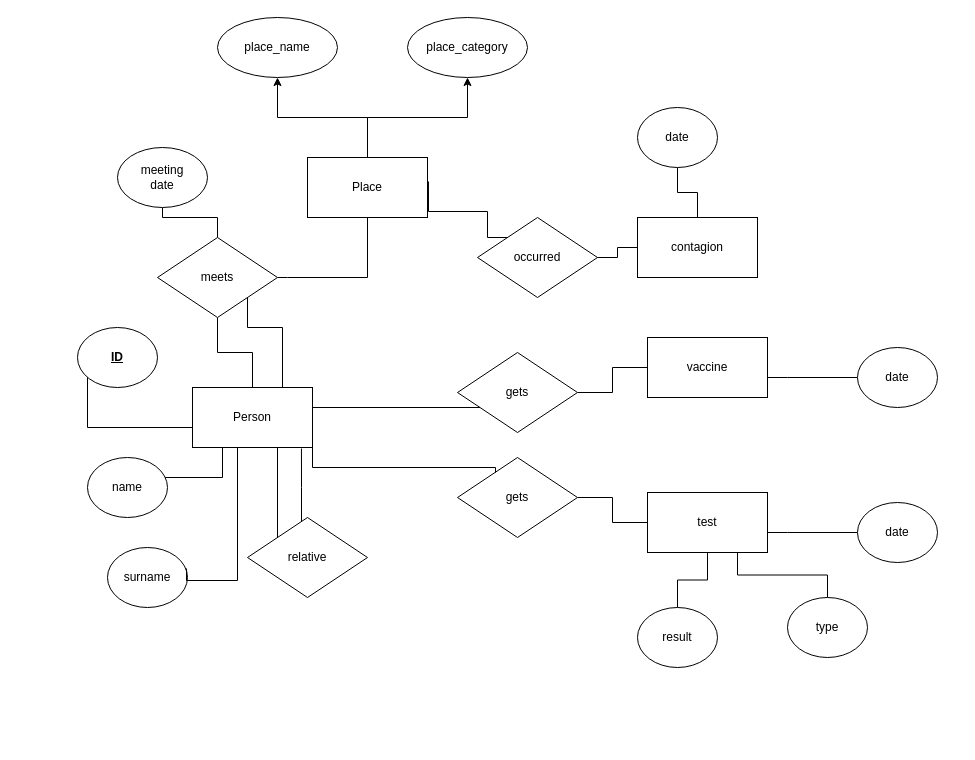
Earlier version of the draw.io diagram ER_diagram_covid.drawio (bohbohb/COVID-19-Neo4j). Source tidied: cells renumbered, new cells numbered last; positions are measured from the earlier drawing's top-left corner, leaving out a move shared by most shapes. Both pictures are drawn from the tidied source at 100%, with x=0, y=0 at pixel (77, 17).
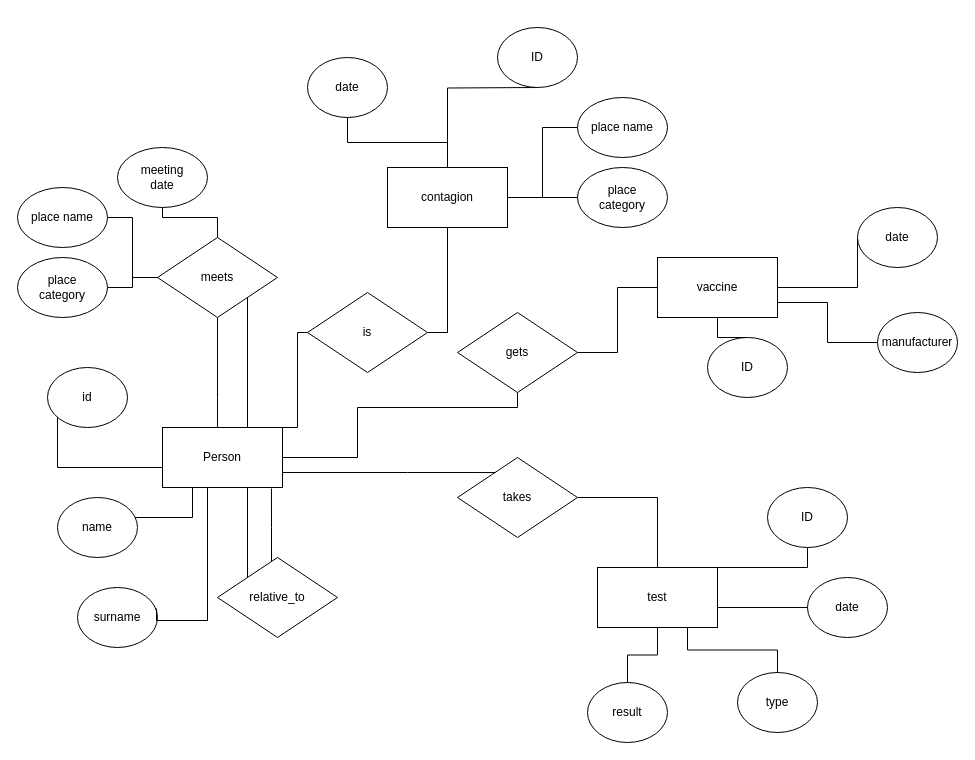
The same page after the edit.

The change refers to these unchanged cells:
```xml
<mxCell id="4" value="meets" style="rhombus;whiteSpace=wrap;html=1;" parent="1" vertex="1">
  <mxGeometry x="80" y="220" width="120" height="80" as="geometry" />
</mxCell>
```

Change to the diagram source:
```diff
@@
     <mxCell id="2" style="edgeStyle=orthogonalEdgeStyle;rounded=0;jettySize=auto;html=1;startArrow=none;startFill=0;endArrow=none;endFill=0;" parent="1" edge="1" source="3" target="4">
-      <mxGeometry relative="1" as="geometry" />
+      <mxGeometry relative="1" as="geometry">
+        <Array as="points">
+          <mxPoint x="140" y="380" />
+          <mxPoint x="140" y="380" />
+        </Array>
+      </mxGeometry>
     </mxCell>
     <mxCell id="3" value="Person" style="rounded=0;whiteSpace=wrap;html=1;" parent="1" vertex="1">
-      <mxGeometry x="115" y="370" width="120" height="60" as="geometry" />
+      <mxGeometry x="85" y="410" width="120" height="60" as="geometry" />
     </mxCell>
@@
-    <mxCell id="8" style="edgeStyle=orthogonalEdgeStyle;rounded=0;jettySize=auto;html=1;startArrow=none;startFill=0;endArrow=none;endFill=0;" parent="1" edge="1" source="11" target="4">
-      <mxGeometry relative="1" as="geometry">
-        <Array as="points">
-          <mxPoint x="210" y="260" />
-          <mxPoint x="210" y="260" />
-        </Array>
-      </mxGeometry>
-    </mxCell>
-    <mxCell id="9" style="edgeStyle=orthogonalEdgeStyle;rounded=0;jettySize=auto;html=1;" parent="1" edge="1" source="11" target="45">
-      <mxGeometry relative="1" as="geometry" />
-    </mxCell>
-    <mxCell id="10" style="edgeStyle=orthogonalEdgeStyle;rounded=0;jettySize=auto;html=1;exitX=0.5;exitY=0;exitDx=0;exitDy=0;entryX=0.5;entryY=1;entryDx=0;entryDy=0;" parent="1" edge="1" source="11" target="46">
-      <mxGeometry relative="1" as="geometry" />
-    </mxCell>
-    <mxCell id="11" value="Place" style="rounded=0;whiteSpace=wrap;html=1;" parent="1" vertex="1">
-      <mxGeometry x="230" y="140" width="120" height="60" as="geometry" />
-    </mxCell>
-    <mxCell id="12" value="&lt;b&gt;&lt;u&gt;ID&lt;/u&gt;&lt;/b&gt;" style="ellipse;whiteSpace=wrap;html=1;" parent="1" vertex="1">
-      <mxGeometry y="310" width="80" height="60" as="geometry" />
+    <mxCell id="12" value="id" style="ellipse;whiteSpace=wrap;html=1;" parent="1" vertex="1">
+      <mxGeometry x="-30" y="350" width="80" height="60" as="geometry" />
     </mxCell>
     <mxCell id="13" style="endArrow=none;html=1;rounded=0;edgeStyle=orthogonalEdgeStyle;endFill=0;" parent="1" edge="1" source="12">
       <mxGeometry relative="1" as="geometry">
-        <mxPoint x="115" y="410" as="targetPoint" />
+        <mxPoint x="85" y="450" as="targetPoint" />
         <Array as="points">
-          <mxPoint x="10" y="410" />
+          <mxPoint x="-20" y="450" />
         </Array>
       </mxGeometry>
     </mxCell>
     <mxCell id="14" value="name" style="ellipse;whiteSpace=wrap;html=1;" parent="1" vertex="1">
-      <mxGeometry x="10" y="440" width="80" height="60" as="geometry" />
+      <mxGeometry x="-20" y="480" width="80" height="60" as="geometry" />
     </mxCell>
     <mxCell id="15" style="endArrow=none;html=1;rounded=0;edgeStyle=orthogonalEdgeStyle;endFill=0;entryX=0.25;entryY=1;entryDx=0;entryDy=0;" parent="1" edge="1" source="14" target="3">
       <mxGeometry relative="1" as="geometry">
         <Array as="points">
-          <mxPoint x="145" y="460" />
-          <mxPoint x="145" y="460" />
+          <mxPoint x="115" y="500" />
+          <mxPoint x="115" y="500" />
         </Array>
       </mxGeometry>
     </mxCell>
     <mxCell id="16" value="surname" style="ellipse;whiteSpace=wrap;html=1;" parent="1" vertex="1">
-      <mxGeometry x="30" y="530" width="80" height="60" as="geometry" />
+      <mxGeometry y="570" width="80" height="60" as="geometry" />
     </mxCell>
     <mxCell id="17" style="endArrow=none;html=1;rounded=0;edgeStyle=orthogonalEdgeStyle;endFill=0;entryX=0.5;entryY=1;entryDx=0;entryDy=0;exitX=0.988;exitY=0.35;exitDx=0;exitDy=0;exitPerimeter=0;" parent="1" edge="1" source="16" target="3">
       <mxGeometry relative="1" as="geometry">
         <Array as="points">
-          <mxPoint x="109" y="563" />
-          <mxPoint x="160" y="563" />
-          <mxPoint x="160" y="430" />
+          <mxPoint x="79" y="603" />
+          <mxPoint x="130" y="603" />
+          <mxPoint x="130" y="470" />
         </Array>
       </mxGeometry>
     </mxCell>
-    <mxCell id="18" value="relative" style="rhombus;whiteSpace=wrap;html=1;" parent="1" vertex="1">
-      <mxGeometry x="170" y="500" width="120" height="80" as="geometry" />
+    <mxCell id="18" value="relative_to" style="rhombus;whiteSpace=wrap;html=1;" parent="1" vertex="1">
+      <mxGeometry x="140" y="540" width="120" height="80" as="geometry" />
     </mxCell>
@@
     <mxCell id="20" style="endArrow=none;html=1;rounded=0;edgeStyle=orthogonalEdgeStyle;entryX=0.75;entryY=1;entryDx=0;entryDy=0;endFill=0;exitX=0;exitY=0;exitDx=0;exitDy=0;" parent="1" edge="1" source="18" target="3">
       <mxGeometry relative="1" as="geometry">
         <Array as="points">
-          <mxPoint x="200" y="430" />
+          <mxPoint x="170" y="470" />
         </Array>
       </mxGeometry>
     </mxCell>
-    <mxCell id="21" style="edgeStyle=orthogonalEdgeStyle;rounded=0;jettySize=auto;html=1;startArrow=none;startFill=0;endArrow=none;endFill=0;exitX=0;exitY=0;exitDx=0;exitDy=0;entryX=1.008;entryY=0.4;entryDx=0;entryDy=0;entryPerimeter=0;" parent="1" edge="1" source="36" target="11">
-      <mxGeometry relative="1" as="geometry">
-        <Array as="points">
-          <mxPoint x="410" y="220" />
-          <mxPoint x="410" y="194" />
-        </Array>
-      </mxGeometry>
-    </mxCell>
     <mxCell id="22" value="contagion" style="rounded=0;whiteSpace=wrap;html=1;" parent="1" vertex="1">
-      <mxGeometry x="560" y="200" width="120" height="60" as="geometry" />
+      <mxGeometry x="310" y="150" width="120" height="60" as="geometry" />
     </mxCell>
@@
     <mxCell id="24" value="date" style="ellipse;whiteSpace=wrap;html=1;" parent="1" vertex="1">
-      <mxGeometry x="560" y="90" width="80" height="60" as="geometry" />
+      <mxGeometry x="230" y="40" width="80" height="60" as="geometry" />
     </mxCell>
+    <mxCell id="47" style="edgeStyle=orthogonalEdgeStyle;rounded=0;jettySize=auto;html=1;endArrow=none;endFill=0;" parent="1" edge="1" source="25" target="58">
+      <mxGeometry relative="1" as="geometry" />
+    </mxCell>
     <mxCell id="25" value="vaccine" style="rounded=0;whiteSpace=wrap;html=1;" parent="1" vertex="1">
-      <mxGeometry x="570" y="320" width="120" height="60" as="geometry" />
+      <mxGeometry x="580" y="240" width="120" height="60" as="geometry" />
     </mxCell>
     <mxCell id="26" style="edgeStyle=orthogonalEdgeStyle;rounded=0;jettySize=auto;html=1;startArrow=none;startFill=0;endArrow=none;endFill=0;" parent="1" edge="1" source="27" target="25">
       <mxGeometry relative="1" as="geometry">
         <Array as="points">
-          <mxPoint x="710" y="360" />
-          <mxPoint x="710" y="360" />
+          <mxPoint x="780" y="270" />
         </Array>
       </mxGeometry>
     </mxCell>
     <mxCell id="27" value="date" style="ellipse;whiteSpace=wrap;html=1;" parent="1" vertex="1">
-      <mxGeometry x="780" y="330" width="80" height="60" as="geometry" />
+      <mxGeometry x="780" y="190" width="80" height="60" as="geometry" />
     </mxCell>
     <mxCell id="28" style="edgeStyle=orthogonalEdgeStyle;rounded=0;jettySize=auto;html=1;startArrow=none;startFill=0;endArrow=none;endFill=0;entryX=1;entryY=1;entryDx=0;entryDy=0;exitX=0.75;exitY=0;exitDx=0;exitDy=0;" parent="1" edge="1" source="3" target="4">
       <mxGeometry relative="1" as="geometry">
         <Array as="points">
-          <mxPoint x="205" y="310" />
-          <mxPoint x="170" y="310" />
+          <mxPoint x="170" y="410" />
         </Array>
       </mxGeometry>
     </mxCell>
     <mxCell id="29" style="endArrow=none;html=1;rounded=0;edgeStyle=orthogonalEdgeStyle;entryX=0.908;entryY=1.017;entryDx=0;entryDy=0;endFill=0;entryPerimeter=0;" parent="1" edge="1" source="18" target="3">
       <mxGeometry relative="1" as="geometry">
         <Array as="points">
-          <mxPoint x="224" y="470" />
-          <mxPoint x="224" y="470" />
+          <mxPoint x="194" y="510" />
+          <mxPoint x="194" y="510" />
         </Array>
       </mxGeometry>
     </mxCell>
     <mxCell id="30" value="test" style="rounded=0;whiteSpace=wrap;html=1;" parent="1" vertex="1">
-      <mxGeometry x="570" y="475" width="120" height="60" as="geometry" />
+      <mxGeometry x="520" y="550" width="120" height="60" as="geometry" />
     </mxCell>
     <mxCell id="31" style="edgeStyle=orthogonalEdgeStyle;rounded=0;jettySize=auto;html=1;startArrow=none;startFill=0;endArrow=none;endFill=0;" parent="1" edge="1" source="32" target="30">
       <mxGeometry relative="1" as="geometry">
         <Array as="points">
-          <mxPoint x="710" y="515" />
-          <mxPoint x="710" y="515" />
+          <mxPoint x="660" y="590" />
+          <mxPoint x="660" y="590" />
         </Array>
       </mxGeometry>
     </mxCell>
     <mxCell id="32" value="date" style="ellipse;whiteSpace=wrap;html=1;" parent="1" vertex="1">
-      <mxGeometry x="780" y="485" width="80" height="60" as="geometry" />
+      <mxGeometry x="730" y="560" width="80" height="60" as="geometry" />
     </mxCell>
     <mxCell id="33" value="type" style="ellipse;whiteSpace=wrap;html=1;" parent="1" vertex="1">
-      <mxGeometry x="710" y="580" width="80" height="60" as="geometry" />
+      <mxGeometry x="660" y="655" width="80" height="60" as="geometry" />
     </mxCell>
@@
-    <mxCell id="35" style="edgeStyle=orthogonalEdgeStyle;rounded=0;jettySize=auto;html=1;startArrow=none;startFill=0;endArrow=none;endFill=0;" parent="1" edge="1" source="36" target="22">
-      <mxGeometry relative="1" as="geometry" />
+    <mxCell id="35" style="edgeStyle=orthogonalEdgeStyle;rounded=0;jettySize=auto;html=1;startArrow=none;startFill=0;endArrow=none;endFill=0;" parent="1" edge="1" source="63" target="22">
+      <mxGeometry relative="1" as="geometry">
+        <Array as="points">
+          <mxPoint x="370" y="315" />
+        </Array>
+      </mxGeometry>
     </mxCell>
-    <mxCell id="36" value="occurred" style="rhombus;whiteSpace=wrap;html=1;" parent="1" vertex="1">
-      <mxGeometry x="400" y="200" width="120" height="80" as="geometry" />
-    </mxCell>
@@
     <mxCell id="38" value="gets" style="rhombus;whiteSpace=wrap;html=1;" parent="1" vertex="1">
-      <mxGeometry x="380" y="335" width="120" height="80" as="geometry" />
+      <mxGeometry x="380" y="295" width="120" height="80" as="geometry" />
     </mxCell>
     <mxCell id="39" style="edgeStyle=orthogonalEdgeStyle;rounded=0;jettySize=auto;html=1;startArrow=none;startFill=0;endArrow=none;endFill=0;entryX=1;entryY=0.5;entryDx=0;entryDy=0;" parent="1" edge="1" source="38" target="3">
       <mxGeometry relative="1" as="geometry">
         <Array as="points">
-          <mxPoint x="235" y="390" />
+          <mxPoint x="440" y="390" />
+          <mxPoint x="280" y="390" />
+          <mxPoint x="280" y="440" />
         </Array>
       </mxGeometry>
     </mxCell>
@@
-    <mxCell id="41" value="gets" style="rhombus;whiteSpace=wrap;html=1;" parent="1" vertex="1">
+    <mxCell id="41" value="takes" style="rhombus;whiteSpace=wrap;html=1;" parent="1" vertex="1">
       <mxGeometry x="380" y="440" width="120" height="80" as="geometry" />
     </mxCell>
     <mxCell id="42" style="edgeStyle=orthogonalEdgeStyle;rounded=0;jettySize=auto;html=1;startArrow=none;startFill=0;endArrow=none;endFill=0;entryX=1;entryY=0.75;entryDx=0;entryDy=0;exitX=0.317;exitY=0.188;exitDx=0;exitDy=0;exitPerimeter=0;" parent="1" edge="1" source="41" target="3">
       <mxGeometry relative="1" as="geometry">
         <Array as="points">
-          <mxPoint x="418" y="450" />
-          <mxPoint x="235" y="450" />
+          <mxPoint x="330" y="455" />
+          <mxPoint x="330" y="455" />
         </Array>
       </mxGeometry>
     </mxCell>
@@
     <mxCell id="44" value="result" style="ellipse;whiteSpace=wrap;html=1;" parent="1" vertex="1">
-      <mxGeometry x="560" y="590" width="80" height="60" as="geometry" />
+      <mxGeometry x="510" y="665" width="80" height="60" as="geometry" />
     </mxCell>
-    <mxCell id="45" value="place_name&lt;br&gt;" style="ellipse;whiteSpace=wrap;html=1;rounded=0;" parent="1" vertex="1">
-      <mxGeometry x="140" width="120" height="60" as="geometry" />
-    </mxCell>
-    <mxCell id="46" value="place_category" style="ellipse;whiteSpace=wrap;html=1;rounded=0;" parent="1" vertex="1">
-      <mxGeometry x="330" width="120" height="60" as="geometry" />
-    </mxCell>
+    <mxCell id="48" style="edgeStyle=orthogonalEdgeStyle;rounded=0;jettySize=auto;html=1;endArrow=none;endFill=0;" parent="1" edge="1" source="49" target="4">
+      <mxGeometry relative="1" as="geometry" />
+    </mxCell>
+    <mxCell id="49" value="place name" style="ellipse;whiteSpace=wrap;html=1;" parent="1" vertex="1">
+      <mxGeometry x="-60" y="170" width="90" height="60" as="geometry" />
+    </mxCell>
+    <mxCell id="50" style="edgeStyle=orthogonalEdgeStyle;rounded=0;jettySize=auto;html=1;endArrow=none;endFill=0;" parent="1" edge="1" source="51" target="4">
+      <mxGeometry relative="1" as="geometry" />
+    </mxCell>
+    <mxCell id="51" value="place &lt;br&gt;category" style="ellipse;whiteSpace=wrap;html=1;" parent="1" vertex="1">
+      <mxGeometry x="-60" y="240" width="90" height="60" as="geometry" />
+    </mxCell>
+    <mxCell id="52" style="edgeStyle=orthogonalEdgeStyle;rounded=0;jettySize=auto;html=1;endArrow=none;endFill=0;entryX=1;entryY=0.5;entryDx=0;entryDy=0;" parent="1" edge="1" source="53" target="22">
+      <mxGeometry relative="1" as="geometry" />
+    </mxCell>
+    <mxCell id="53" value="place name" style="ellipse;whiteSpace=wrap;html=1;" parent="1" vertex="1">
+      <mxGeometry x="500" y="80" width="90" height="60" as="geometry" />
+    </mxCell>
+    <mxCell id="54" style="edgeStyle=orthogonalEdgeStyle;rounded=0;jettySize=auto;html=1;endArrow=none;endFill=0;" parent="1" edge="1" source="55" target="22">
+      <mxGeometry relative="1" as="geometry" />
+    </mxCell>
+    <mxCell id="55" value="place &lt;br&gt;category" style="ellipse;whiteSpace=wrap;html=1;" parent="1" vertex="1">
+      <mxGeometry x="500" y="150" width="90" height="60" as="geometry" />
+    </mxCell>
+    <mxCell id="56" style="edgeStyle=orthogonalEdgeStyle;rounded=0;jettySize=auto;html=1;endArrow=none;endFill=0;" parent="1" edge="1" target="22">
+      <mxGeometry relative="1" as="geometry">
+        <mxPoint x="460" y="70" as="sourcePoint" />
+      </mxGeometry>
+    </mxCell>
+    <mxCell id="57" value="ID" style="ellipse;whiteSpace=wrap;html=1;" parent="1" vertex="1">
+      <mxGeometry x="420" y="10" width="80" height="60" as="geometry" />
+    </mxCell>
+    <mxCell id="58" value="ID" style="ellipse;whiteSpace=wrap;html=1;" parent="1" vertex="1">
+      <mxGeometry x="630" y="320" width="80" height="60" as="geometry" />
+    </mxCell>
+    <mxCell id="59" style="edgeStyle=orthogonalEdgeStyle;rounded=0;jettySize=auto;html=1;endArrow=none;endFill=0;entryX=1;entryY=0.75;entryDx=0;entryDy=0;" parent="1" edge="1" source="60" target="25">
+      <mxGeometry relative="1" as="geometry" />
+    </mxCell>
+    <mxCell id="60" value="manufacturer" style="ellipse;whiteSpace=wrap;html=1;" parent="1" vertex="1">
+      <mxGeometry x="800" y="295" width="80" height="60" as="geometry" />
+    </mxCell>
+    <mxCell id="61" style="edgeStyle=orthogonalEdgeStyle;rounded=0;jettySize=auto;html=1;endArrow=none;endFill=0;" parent="1" edge="1" source="62" target="32">
+      <mxGeometry relative="1" as="geometry">
+        <Array as="points">
+          <mxPoint x="730" y="550" />
+          <mxPoint x="640" y="550" />
+          <mxPoint x="640" y="590" />
+        </Array>
+      </mxGeometry>
+    </mxCell>
+    <mxCell id="62" value="ID" style="ellipse;whiteSpace=wrap;html=1;" parent="1" vertex="1">
+      <mxGeometry x="690" y="470" width="80" height="60" as="geometry" />
+    </mxCell>
+    <mxCell id="63" value="is" style="rhombus;whiteSpace=wrap;html=1;" parent="1" vertex="1">
+      <mxGeometry x="230" y="275" width="120" height="80" as="geometry" />
+    </mxCell>
+    <mxCell id="64" style="edgeStyle=orthogonalEdgeStyle;rounded=0;jettySize=auto;html=1;startArrow=none;startFill=0;endArrow=none;endFill=0;exitX=0.875;exitY=0;exitDx=0;exitDy=0;exitPerimeter=0;" parent="1" edge="1" source="3" target="63">
+      <mxGeometry relative="1" as="geometry">
+        <Array as="points">
+          <mxPoint x="220" y="315" />
+        </Array>
+      </mxGeometry>
+    </mxCell>
```
